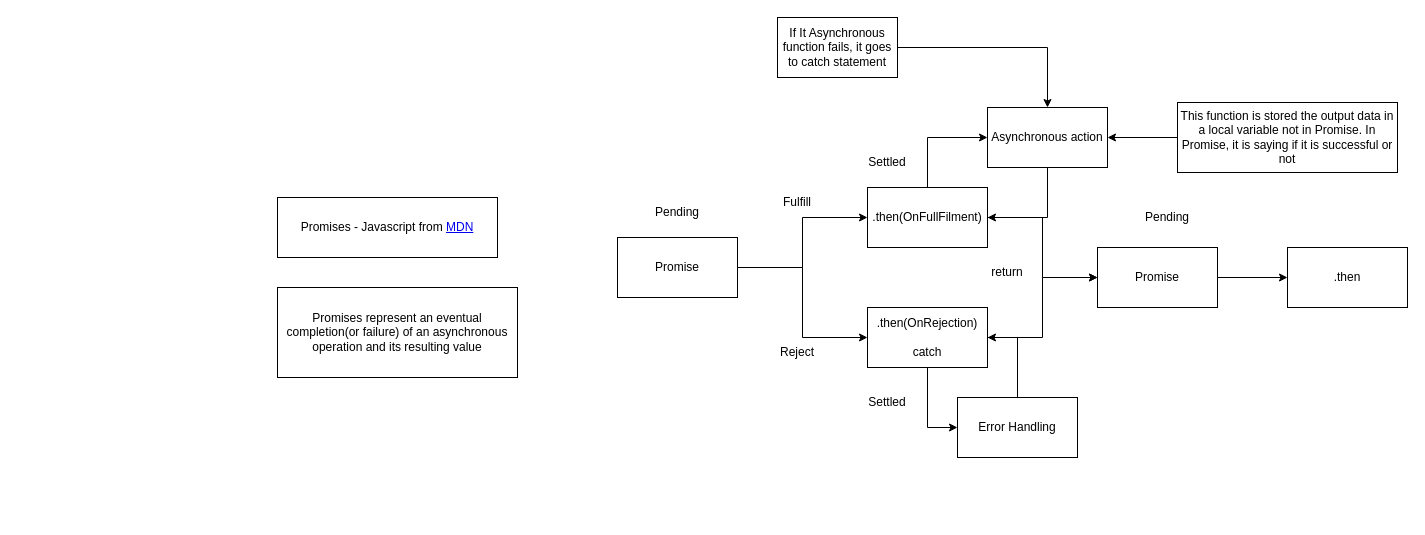
Earlier version of the draw.io diagram Javascript.drawio (KaidenCoder/DrawIORepo). Source tidied: cells renumbered, new cells numbered last; positions are measured from the earlier drawing's top-left corner, leaving out a move shared by most shapes. Both pictures are drawn from the tidied source at 100%, with x=0, y=0 at pixel (277, 17).
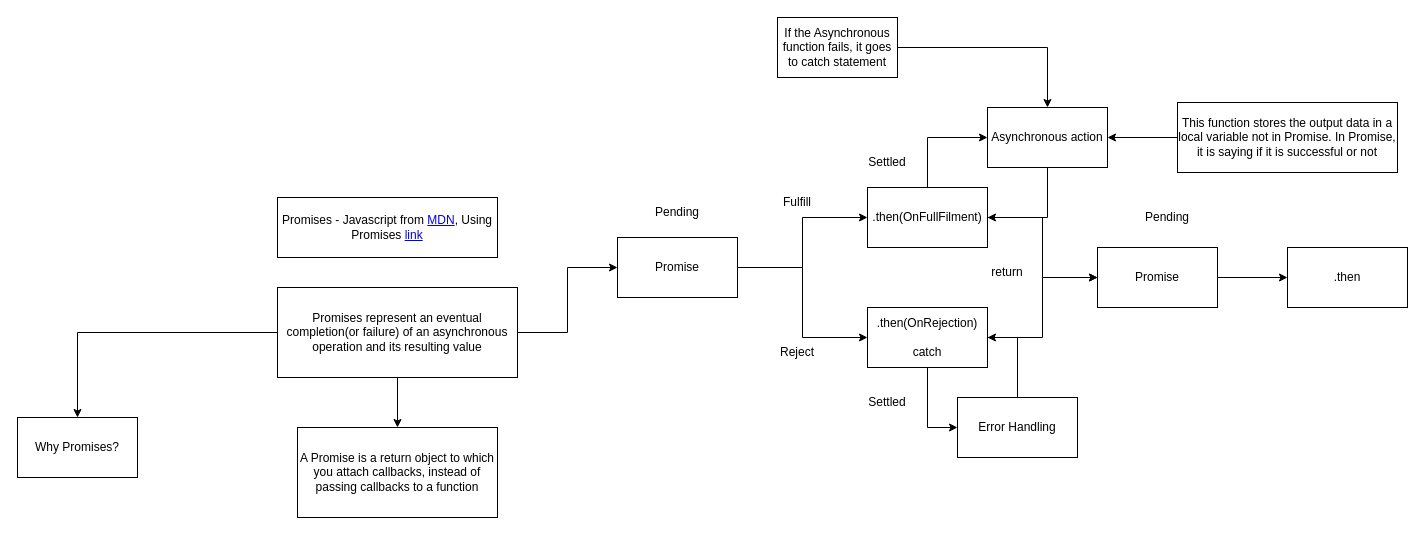
The same diagram, later.

The change refers to these unchanged cells:
```xml
<mxCell id="3" value="Promises represent an eventual completion(or failure) of an asynchronous operation and its resulting value" style="rounded=0;whiteSpace=wrap;html=1;" parent="1" vertex="1">
  <mxGeometry y="270" width="240" height="90" as="geometry" />
</mxCell>
<mxCell id="6" value="Promise" style="rounded=0;whiteSpace=wrap;html=1;" parent="1" vertex="1">
  <mxGeometry x="340" y="220" width="120" height="60" as="geometry" />
</mxCell>
```

Change to the diagram source:
```diff
@@
-    <mxCell id="2" value="Promises - Javascript from &lt;a href=&quot;https://developer.mozilla.org/en-US/docs/Web/JavaScript/Reference/Global_Objects/Promise&quot;&gt;MDN&lt;/a&gt;" style="rounded=0;whiteSpace=wrap;html=1;" parent="1" vertex="1">
+    <mxCell id="2" value="Promises - Javascript from &lt;a href=&quot;https://developer.mozilla.org/en-US/docs/Web/JavaScript/Reference/Global_Objects/Promise&quot;&gt;MDN&lt;/a&gt;, Using Promises &lt;a href=&quot;https://developer.mozilla.org/en-US/docs/Web/JavaScript/Guide/Using_promises&quot;&gt;link&lt;/a&gt;" style="rounded=0;whiteSpace=wrap;html=1;" parent="1" vertex="1">
       <mxGeometry y="180" width="220" height="60" as="geometry" />
     </mxCell>
+    <mxCell id="31" style="edgeStyle=orthogonalEdgeStyle;rounded=0;jettySize=auto;html=1;entryX=0;entryY=0.5;entryDx=0;entryDy=0;" parent="1" edge="1" source="3" target="6">
+      <mxGeometry relative="1" as="geometry" />
+    </mxCell>
+    <mxCell id="32" style="edgeStyle=orthogonalEdgeStyle;rounded=0;jettySize=auto;html=1;" parent="1" edge="1" source="3" target="34">
+      <mxGeometry relative="1" as="geometry" />
+    </mxCell>
+    <mxCell id="33" style="edgeStyle=orthogonalEdgeStyle;rounded=0;jettySize=auto;html=1;entryX=0.5;entryY=0;entryDx=0;entryDy=0;" parent="1" edge="1" source="3" target="35">
+      <mxGeometry relative="1" as="geometry" />
+    </mxCell>
@@
-    <mxCell id="28" value="This function is stored the output data in a local variable not in Promise. In Promise, it is saying if it is successful or not" style="rounded=0;whiteSpace=wrap;html=1;" parent="1" vertex="1">
+    <mxCell id="28" value="This function stores the output data in a local variable not in Promise. In Promise, it is saying if it is successful or not" style="rounded=0;whiteSpace=wrap;html=1;" parent="1" vertex="1">
       <mxGeometry x="900" y="85" width="220" height="70" as="geometry" />
     </mxCell>
@@
-    <mxCell id="30" value="If It Asynchronous function fails, it goes to catch statement" style="rounded=0;whiteSpace=wrap;html=1;" parent="1" vertex="1">
+    <mxCell id="30" value="If the Asynchronous function fails, it goes to catch statement" style="rounded=0;whiteSpace=wrap;html=1;" parent="1" vertex="1">
       <mxGeometry x="500" width="120" height="60" as="geometry" />
     </mxCell>
+    <mxCell id="34" value="A Promise is a return object to which you attach callbacks, instead of passing callbacks to a function" style="rounded=0;whiteSpace=wrap;html=1;" parent="1" vertex="1">
+      <mxGeometry x="20" y="410" width="200" height="90" as="geometry" />
+    </mxCell>
+    <mxCell id="35" value="Why Promises?" style="rounded=0;whiteSpace=wrap;html=1;" parent="1" vertex="1">
+      <mxGeometry x="-260" y="400" width="120" height="60" as="geometry" />
+    </mxCell>
```
